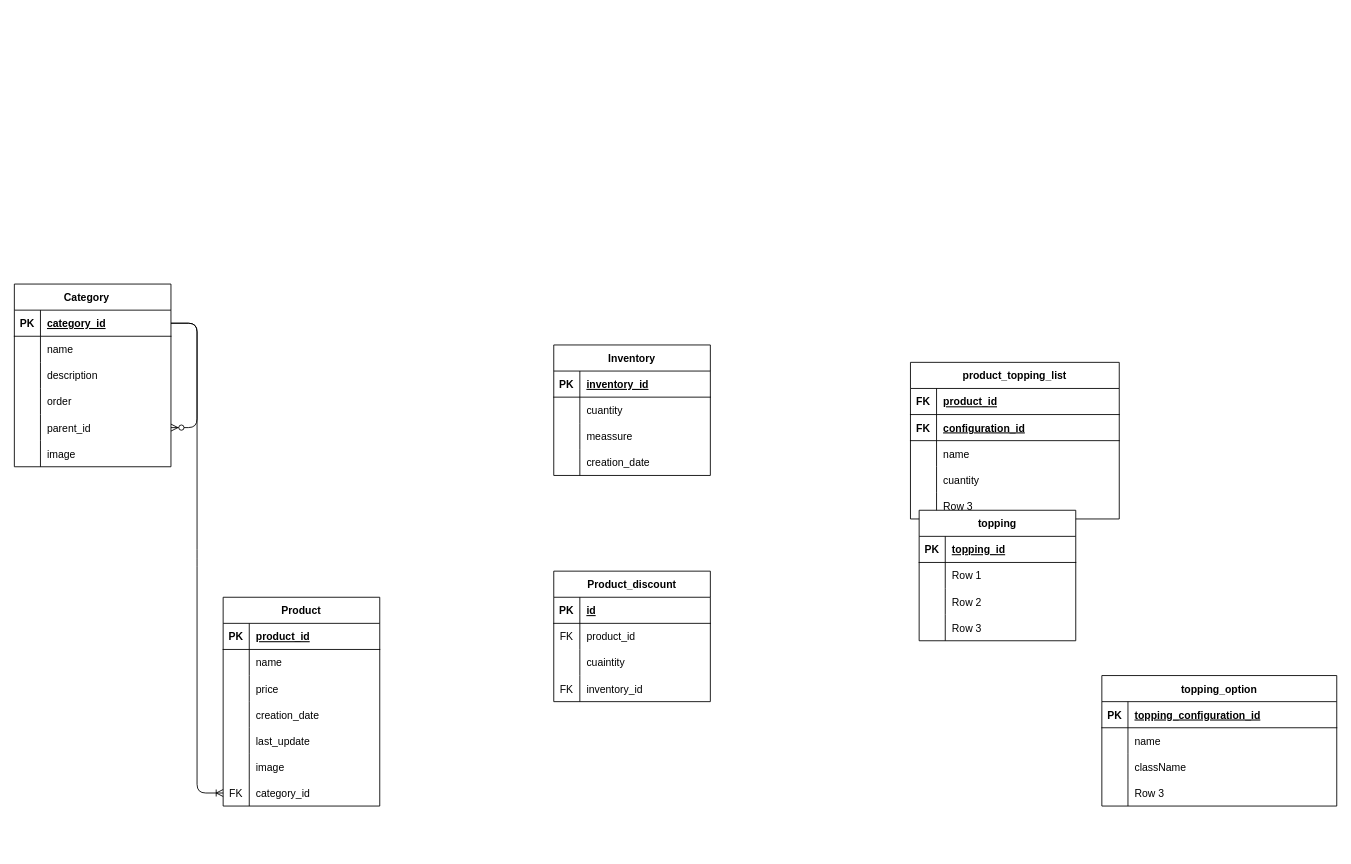
Before: IceCreamManagementDB.drawio in Marvin25ronal/ice-cream-management, a draw.io diagram. Source tidied: cells renumbered, new cells numbered last; positions are measured from the earlier drawing's top-left corner, leaving out a move shared by most shapes. Both pictures are drawn from the tidied source at 87%, with x=0, y=0 at pixel (14, 284).
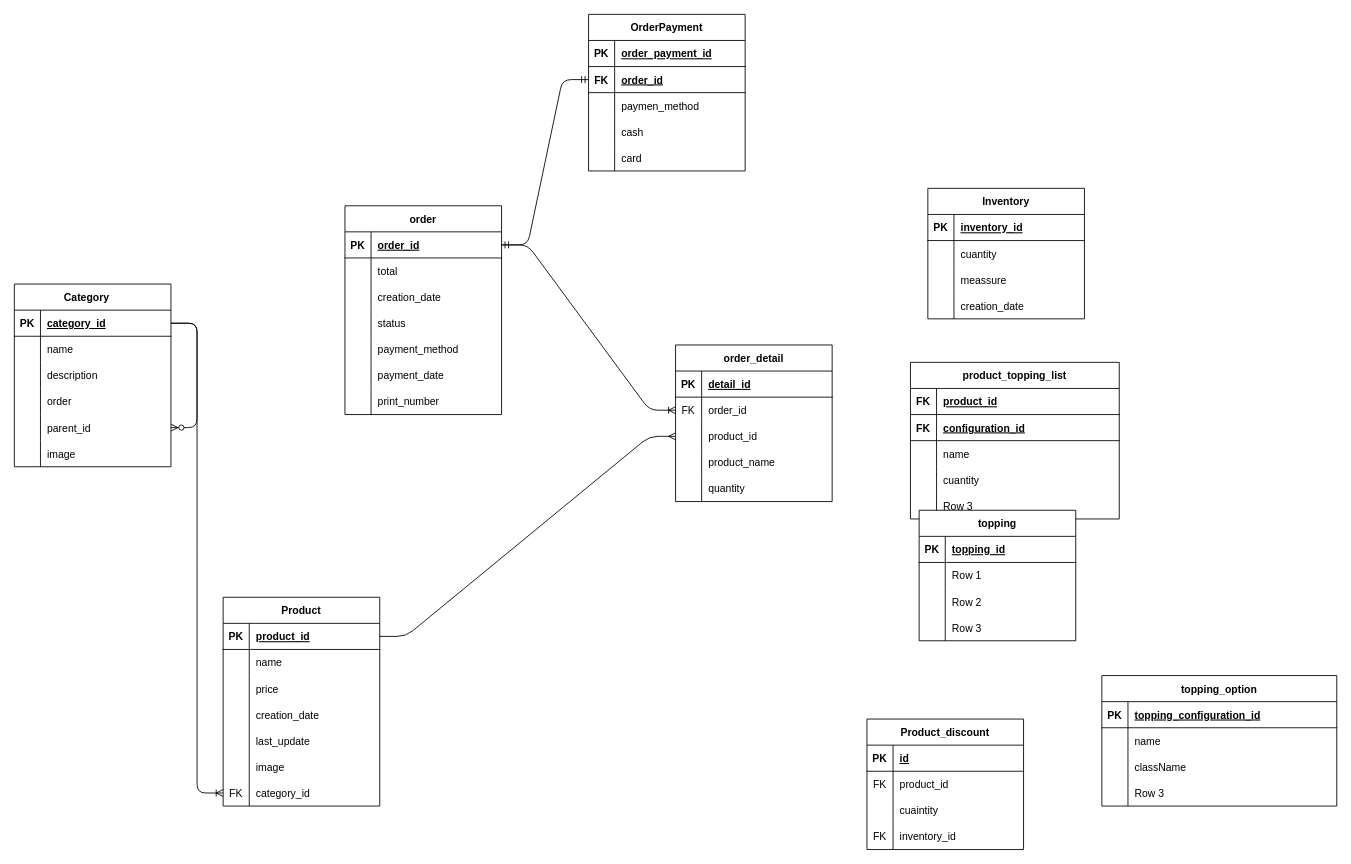
After the change.

Unchanged cells that the change refers to:
```xml
<mxCell id="23" style="shape=tableRow;horizontal=0;startSize=0;swimlaneHead=0;swimlaneBody=0;fillColor=none;points=[[0,0.5],[1,0.5]];portConstraint=eastwest;top=0;left=0;right=0;bottom=1;" parent="22" vertex="1">
  <mxGeometry y="30" width="180" height="30" as="geometry" />
</mxCell>
```

What changed in the source:
```diff
@@
     <mxCell id="87" value="Inventory" style="shape=table;startSize=30;childLayout=tableLayout;rowLines=0;fontStyle=1;align=center;" parent="1" vertex="1">
-      <mxGeometry x="620" y="70" width="180" height="150" as="geometry" />
+      <mxGeometry x="1050" y="-110" width="180" height="150" as="geometry" />
     </mxCell>
@@
     <mxCell id="100" value="Product_discount" style="shape=table;startSize=30;childLayout=tableLayout;rowLines=0;fontStyle=1;align=center;" parent="1" vertex="1">
-      <mxGeometry x="620" y="330" width="180" height="150" as="geometry" />
+      <mxGeometry x="980" y="500" width="180" height="150" as="geometry" />
     </mxCell>
@@
+    <mxCell id="113" value="order" style="shape=table;startSize=30;childLayout=tableLayout;rowLines=0;fontStyle=1;align=center;" parent="1" vertex="1">
+      <mxGeometry x="380" y="-90" width="180" height="240" as="geometry" />
+    </mxCell>
+    <mxCell id="114" style="shape=tableRow;horizontal=0;startSize=0;swimlaneHead=0;swimlaneBody=0;fillColor=none;points=[[0,0.5],[1,0.5]];portConstraint=eastwest;top=0;left=0;right=0;bottom=1;" parent="113" vertex="1">
+      <mxGeometry y="30" width="180" height="30" as="geometry" />
+    </mxCell>
+    <mxCell id="115" value="PK" style="shape=partialRectangle;fillColor=none;top=0;left=0;bottom=0;right=0;fontStyle=1;overflow=hidden;" parent="114" vertex="1">
+      <mxGeometry width="30" height="30" as="geometry" />
+    </mxCell>
+    <mxCell id="116" value="order_id" style="shape=partialRectangle;fillColor=none;top=0;left=0;bottom=0;right=0;align=left;spacingLeft=6;fontStyle=5;overflow=hidden;" parent="114" vertex="1">
+      <mxGeometry x="30" width="150" height="30" as="geometry" />
+    </mxCell>
+    <mxCell id="117" style="shape=tableRow;horizontal=0;startSize=0;swimlaneHead=0;swimlaneBody=0;fillColor=none;top=0;left=0;right=0;bottom=0;" parent="113" vertex="1">
+      <mxGeometry y="60" width="180" height="30" as="geometry" />
+    </mxCell>
+    <mxCell id="118" style="shape=partialRectangle;fillColor=none;top=0;left=0;bottom=0;right=0;overflow=hidden;" parent="117" vertex="1">
+      <mxGeometry width="30" height="30" as="geometry" />
+    </mxCell>
+    <mxCell id="119" value="total" style="shape=partialRectangle;fillColor=none;top=0;left=0;bottom=0;right=0;align=left;spacingLeft=6;overflow=hidden;" parent="117" vertex="1">
+      <mxGeometry x="30" width="150" height="30" as="geometry" />
+    </mxCell>
+    <mxCell id="120" style="shape=tableRow;horizontal=0;startSize=0;swimlaneHead=0;swimlaneBody=0;fillColor=none;top=0;left=0;right=0;bottom=0;" parent="113" vertex="1">
+      <mxGeometry y="90" width="180" height="30" as="geometry" />
+    </mxCell>
+    <mxCell id="121" style="shape=partialRectangle;fillColor=none;top=0;left=0;bottom=0;right=0;overflow=hidden;" parent="120" vertex="1">
+      <mxGeometry width="30" height="30" as="geometry" />
+    </mxCell>
+    <mxCell id="122" value="creation_date" style="shape=partialRectangle;fillColor=none;top=0;left=0;bottom=0;right=0;align=left;spacingLeft=6;overflow=hidden;" parent="120" vertex="1">
+      <mxGeometry x="30" width="150" height="30" as="geometry" />
+    </mxCell>
+    <mxCell id="123" style="shape=tableRow;horizontal=0;startSize=0;swimlaneHead=0;swimlaneBody=0;fillColor=none;top=0;left=0;right=0;bottom=0;" parent="113" vertex="1">
+      <mxGeometry y="120" width="180" height="30" as="geometry" />
+    </mxCell>
+    <mxCell id="124" style="shape=partialRectangle;fillColor=none;top=0;left=0;bottom=0;right=0;overflow=hidden;" parent="123" vertex="1">
+      <mxGeometry width="30" height="30" as="geometry" />
+    </mxCell>
+    <mxCell id="125" value="status" style="shape=partialRectangle;fillColor=none;top=0;left=0;bottom=0;right=0;align=left;spacingLeft=6;overflow=hidden;" parent="123" vertex="1">
+      <mxGeometry x="30" width="150" height="30" as="geometry" />
+    </mxCell>
+    <mxCell id="126" style="shape=tableRow;horizontal=0;startSize=0;swimlaneHead=0;swimlaneBody=0;fillColor=none;top=0;left=0;right=0;bottom=0;" parent="113" vertex="1">
+      <mxGeometry y="150" width="180" height="30" as="geometry" />
+    </mxCell>
+    <mxCell id="127" style="shape=partialRectangle;fillColor=none;top=0;left=0;bottom=0;right=0;overflow=hidden;" parent="126" vertex="1">
+      <mxGeometry width="30" height="30" as="geometry" />
+    </mxCell>
+    <mxCell id="128" value="payment_method" style="shape=partialRectangle;fillColor=none;top=0;left=0;bottom=0;right=0;align=left;spacingLeft=6;overflow=hidden;" parent="126" vertex="1">
+      <mxGeometry x="30" width="150" height="30" as="geometry" />
+    </mxCell>
+    <mxCell id="129" style="shape=tableRow;horizontal=0;startSize=0;swimlaneHead=0;swimlaneBody=0;fillColor=none;top=0;left=0;right=0;bottom=0;" parent="113" vertex="1">
+      <mxGeometry y="180" width="180" height="30" as="geometry" />
+    </mxCell>
+    <mxCell id="130" style="shape=partialRectangle;fillColor=none;top=0;left=0;bottom=0;right=0;overflow=hidden;" parent="129" vertex="1">
+      <mxGeometry width="30" height="30" as="geometry" />
+    </mxCell>
+    <mxCell id="131" value="payment_date" style="shape=partialRectangle;fillColor=none;top=0;left=0;bottom=0;right=0;align=left;spacingLeft=6;overflow=hidden;" parent="129" vertex="1">
+      <mxGeometry x="30" width="150" height="30" as="geometry" />
+    </mxCell>
+    <mxCell id="132" style="shape=tableRow;horizontal=0;startSize=0;swimlaneHead=0;swimlaneBody=0;fillColor=none;top=0;left=0;right=0;bottom=0;" parent="113" vertex="1">
+      <mxGeometry y="210" width="180" height="30" as="geometry" />
+    </mxCell>
+    <mxCell id="133" style="shape=partialRectangle;fillColor=none;top=0;left=0;bottom=0;right=0;overflow=hidden;" parent="132" vertex="1">
+      <mxGeometry width="30" height="30" as="geometry" />
+    </mxCell>
+    <mxCell id="134" value="print_number" style="shape=partialRectangle;fillColor=none;top=0;left=0;bottom=0;right=0;align=left;spacingLeft=6;overflow=hidden;" parent="132" vertex="1">
+      <mxGeometry x="30" width="150" height="30" as="geometry" />
+    </mxCell>
+    <mxCell id="135" value="order_detail" style="shape=table;startSize=30;childLayout=tableLayout;rowLines=0;fontStyle=1;align=center;" parent="1" vertex="1">
+      <mxGeometry x="760" y="70" width="180" height="180" as="geometry" />
+    </mxCell>
+    <mxCell id="136" style="shape=tableRow;horizontal=0;startSize=0;swimlaneHead=0;swimlaneBody=0;fillColor=none;top=0;left=0;right=0;bottom=1;" parent="135" vertex="1">
+      <mxGeometry y="30" width="180" height="30" as="geometry" />
+    </mxCell>
+    <mxCell id="137" value="PK" style="shape=partialRectangle;fillColor=none;top=0;left=0;bottom=0;right=0;fontStyle=1;overflow=hidden;" parent="136" vertex="1">
+      <mxGeometry width="30" height="30" as="geometry" />
+    </mxCell>
+    <mxCell id="138" value="detail_id" style="shape=partialRectangle;fillColor=none;top=0;left=0;bottom=0;right=0;align=left;spacingLeft=6;fontStyle=5;overflow=hidden;" parent="136" vertex="1">
+      <mxGeometry x="30" width="150" height="30" as="geometry" />
+    </mxCell>
+    <mxCell id="139" style="shape=tableRow;horizontal=0;startSize=0;swimlaneHead=0;swimlaneBody=0;fillColor=none;points=[[0,0.5],[1,0.5]];portConstraint=eastwest;top=0;left=0;right=0;bottom=0;" parent="135" vertex="1">
+      <mxGeometry y="60" width="180" height="30" as="geometry" />
+    </mxCell>
+    <mxCell id="140" value="FK" style="shape=partialRectangle;fillColor=none;top=0;left=0;bottom=0;right=0;overflow=hidden;" parent="139" vertex="1">
+      <mxGeometry width="30" height="30" as="geometry" />
+    </mxCell>
+    <mxCell id="141" value="order_id" style="shape=partialRectangle;fillColor=none;top=0;left=0;bottom=0;right=0;align=left;spacingLeft=6;overflow=hidden;" parent="139" vertex="1">
+      <mxGeometry x="30" width="150" height="30" as="geometry" />
+    </mxCell>
+    <mxCell id="142" style="shape=tableRow;horizontal=0;startSize=0;swimlaneHead=0;swimlaneBody=0;fillColor=none;points=[[0,0.5],[1,0.5]];portConstraint=eastwest;top=0;left=0;right=0;bottom=0;" parent="135" vertex="1">
+      <mxGeometry y="90" width="180" height="30" as="geometry" />
+    </mxCell>
+    <mxCell id="143" style="shape=partialRectangle;fillColor=none;top=0;left=0;bottom=0;right=0;overflow=hidden;" parent="142" vertex="1">
+      <mxGeometry width="30" height="30" as="geometry" />
+    </mxCell>
+    <mxCell id="144" value="product_id" style="shape=partialRectangle;fillColor=none;top=0;left=0;bottom=0;right=0;align=left;spacingLeft=6;overflow=hidden;" parent="142" vertex="1">
+      <mxGeometry x="30" width="150" height="30" as="geometry" />
+    </mxCell>
+    <mxCell id="145" style="shape=tableRow;horizontal=0;startSize=0;swimlaneHead=0;swimlaneBody=0;fillColor=none;top=0;left=0;right=0;bottom=0;" parent="135" vertex="1">
+      <mxGeometry y="120" width="180" height="30" as="geometry" />
+    </mxCell>
+    <mxCell id="146" style="shape=partialRectangle;fillColor=none;top=0;left=0;bottom=0;right=0;overflow=hidden;" parent="145" vertex="1">
+      <mxGeometry width="30" height="30" as="geometry" />
+    </mxCell>
+    <mxCell id="147" value="product_name" style="shape=partialRectangle;fillColor=none;top=0;left=0;bottom=0;right=0;align=left;spacingLeft=6;overflow=hidden;" parent="145" vertex="1">
+      <mxGeometry x="30" width="150" height="30" as="geometry" />
+    </mxCell>
+    <mxCell id="148" style="shape=tableRow;horizontal=0;startSize=0;swimlaneHead=0;swimlaneBody=0;fillColor=none;top=0;left=0;right=0;bottom=0;" parent="135" vertex="1">
+      <mxGeometry y="150" width="180" height="30" as="geometry" />
+    </mxCell>
+    <mxCell id="149" style="shape=partialRectangle;fillColor=none;top=0;left=0;bottom=0;right=0;overflow=hidden;" parent="148" vertex="1">
+      <mxGeometry width="30" height="30" as="geometry" />
+    </mxCell>
+    <mxCell id="150" value="quantity" style="shape=partialRectangle;fillColor=none;top=0;left=0;bottom=0;right=0;align=left;spacingLeft=6;overflow=hidden;" parent="148" vertex="1">
+      <mxGeometry x="30" width="150" height="30" as="geometry" />
+    </mxCell>
+    <mxCell id="151" style="edgeStyle=entityRelationEdgeStyle;fontSize=12;html=1;endArrow=ERoneToMany;" parent="1" edge="1" source="114" target="139">
+      <mxGeometry relative="1" as="geometry" />
+    </mxCell>
+    <mxCell id="152" style="edgeStyle=entityRelationEdgeStyle;fontSize=12;html=1;endArrow=ERmany;entryX=0;entryY=0.5;entryDx=0;entryDy=0;" parent="1" edge="1" source="23" target="142">
+      <mxGeometry relative="1" as="geometry" />
+    </mxCell>
+    <mxCell id="153" value="OrderPayment" style="shape=table;startSize=30;childLayout=tableLayout;rowLines=0;fontStyle=1;align=center;" parent="1" vertex="1">
+      <mxGeometry x="660" y="-310" width="180" height="180" as="geometry" />
+    </mxCell>
+    <mxCell id="154" style="shape=tableRow;horizontal=0;startSize=0;swimlaneHead=0;swimlaneBody=0;fillColor=none;top=0;left=0;right=0;bottom=1;" parent="153" vertex="1">
+      <mxGeometry y="30" width="180" height="30" as="geometry" />
+    </mxCell>
+    <mxCell id="155" value="PK" style="shape=partialRectangle;fillColor=none;top=0;left=0;bottom=0;right=0;fontStyle=1;overflow=hidden;" parent="154" vertex="1">
+      <mxGeometry width="30" height="30" as="geometry" />
+    </mxCell>
+    <mxCell id="156" value="order_payment_id" style="shape=partialRectangle;fillColor=none;top=0;left=0;bottom=0;right=0;align=left;spacingLeft=6;fontStyle=5;overflow=hidden;" parent="154" vertex="1">
+      <mxGeometry x="30" width="150" height="30" as="geometry" />
+    </mxCell>
+    <mxCell id="157" style="shape=tableRow;horizontal=0;startSize=0;swimlaneHead=0;swimlaneBody=0;fillColor=none;points=[[0,0.5],[1,0.5]];portConstraint=eastwest;top=0;left=0;right=0;bottom=1;" parent="153" vertex="1">
+      <mxGeometry y="60" width="180" height="30" as="geometry" />
+    </mxCell>
+    <mxCell id="158" value="FK" style="shape=partialRectangle;fillColor=none;top=0;left=0;bottom=0;right=0;fontStyle=1;overflow=hidden;" parent="157" vertex="1">
+      <mxGeometry width="30" height="30" as="geometry" />
+    </mxCell>
+    <mxCell id="159" value="order_id" style="shape=partialRectangle;fillColor=none;top=0;left=0;bottom=0;right=0;align=left;spacingLeft=6;fontStyle=5;overflow=hidden;" parent="157" vertex="1">
+      <mxGeometry x="30" width="150" height="30" as="geometry" />
+    </mxCell>
+    <mxCell id="160" style="shape=tableRow;horizontal=0;startSize=0;swimlaneHead=0;swimlaneBody=0;fillColor=none;top=0;left=0;right=0;bottom=0;" parent="153" vertex="1">
+      <mxGeometry y="90" width="180" height="30" as="geometry" />
+    </mxCell>
+    <mxCell id="161" style="shape=partialRectangle;fillColor=none;top=0;left=0;bottom=0;right=0;overflow=hidden;" parent="160" vertex="1">
+      <mxGeometry width="30" height="30" as="geometry" />
+    </mxCell>
+    <mxCell id="162" value="paymen_method" style="shape=partialRectangle;fillColor=none;top=0;left=0;bottom=0;right=0;align=left;spacingLeft=6;overflow=hidden;" parent="160" vertex="1">
+      <mxGeometry x="30" width="150" height="30" as="geometry" />
+    </mxCell>
+    <mxCell id="163" style="shape=tableRow;horizontal=0;startSize=0;swimlaneHead=0;swimlaneBody=0;fillColor=none;top=0;left=0;right=0;bottom=0;" parent="153" vertex="1">
+      <mxGeometry y="120" width="180" height="30" as="geometry" />
+    </mxCell>
+    <mxCell id="164" style="shape=partialRectangle;fillColor=none;top=0;left=0;bottom=0;right=0;overflow=hidden;" parent="163" vertex="1">
+      <mxGeometry width="30" height="30" as="geometry" />
+    </mxCell>
+    <mxCell id="165" value="cash" style="shape=partialRectangle;fillColor=none;top=0;left=0;bottom=0;right=0;align=left;spacingLeft=6;overflow=hidden;" parent="163" vertex="1">
+      <mxGeometry x="30" width="150" height="30" as="geometry" />
+    </mxCell>
+    <mxCell id="166" style="shape=tableRow;horizontal=0;startSize=0;swimlaneHead=0;swimlaneBody=0;fillColor=none;top=0;left=0;right=0;bottom=0;" parent="153" vertex="1">
+      <mxGeometry y="150" width="180" height="30" as="geometry" />
+    </mxCell>
+    <mxCell id="167" style="shape=partialRectangle;fillColor=none;top=0;left=0;bottom=0;right=0;overflow=hidden;" parent="166" vertex="1">
+      <mxGeometry width="30" height="30" as="geometry" />
+    </mxCell>
+    <mxCell id="168" value="card" style="shape=partialRectangle;fillColor=none;top=0;left=0;bottom=0;right=0;align=left;spacingLeft=6;overflow=hidden;" parent="166" vertex="1">
+      <mxGeometry x="30" width="150" height="30" as="geometry" />
+    </mxCell>
+    <mxCell id="169" style="edgeStyle=entityRelationEdgeStyle;fontSize=12;html=1;endArrow=ERmandOne;startArrow=ERmandOne;entryX=0;entryY=0.5;entryDx=0;entryDy=0;" parent="1" edge="1" source="114" target="157">
+      <mxGeometry relative="1" as="geometry" />
+    </mxCell>
```
